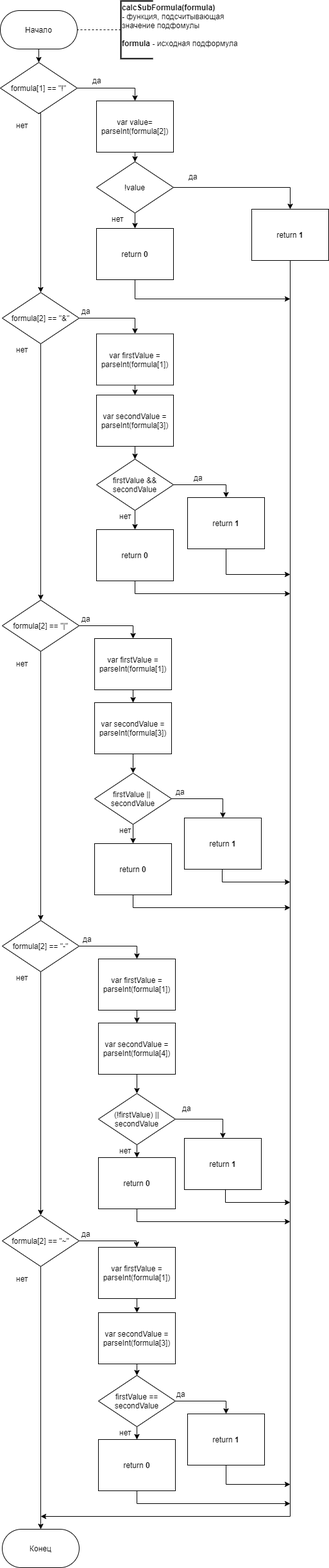
Before: LR2/report/calcSubFormula.png, a diagram exported from draw.io (Kuzzzya99/LOIS). Source tidied: cells renumbered, new cells last; positions are measured from the earlier drawing's top-left corner, leaving out a move shared by most shapes.
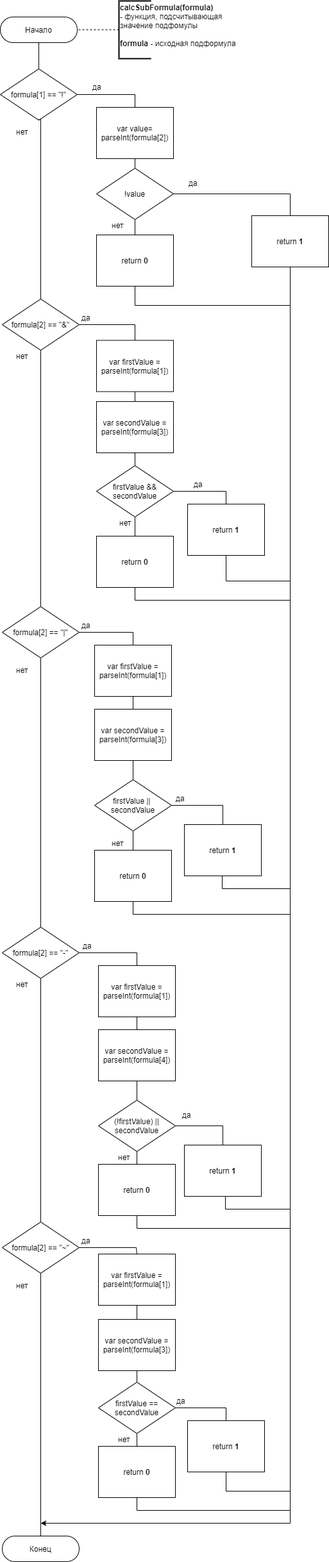
The same file after the commit.

Change to the diagram source:
```diff
@@ -5,5 +5,5 @@
     <mxCell id="2" value="Начало&lt;br&gt;" style="whiteSpace=wrap;html=1;rounded=1;arcSize=50;align=center;verticalAlign=middle;strokeWidth=1;spacing=4;" parent="1" vertex="1">
-      <mxGeometry y="15" width="120" height="60" as="geometry" />
+      <mxGeometry y="15" width="120" height="40" as="geometry" />
     </mxCell>
-    <mxCell id="3" style="edgeStyle=orthogonalEdgeStyle;rounded=0;jettySize=auto;html=1;" parent="1" edge="1" source="2" target="8">
+    <mxCell id="3" style="edgeStyle=orthogonalEdgeStyle;rounded=0;jettySize=auto;html=1;endArrow=none;endFill=0;" parent="1" edge="1" source="2" target="8">
       <mxGeometry relative="1" as="geometry" />
@@ -17,5 +17,5 @@
     <mxCell id="6" value="&lt;b&gt;calcSubFormula&lt;/b&gt;&lt;b&gt;(formula&lt;/b&gt;&lt;b&gt;)&lt;/b&gt;&lt;b&gt;&lt;br&gt;&lt;/b&gt;&lt;div&gt;&lt;b&gt;- &lt;/b&gt;функция, подсчитывающая&lt;br&gt;&lt;/div&gt;&lt;div&gt;значение подфомулы&lt;/div&gt;&lt;div&gt;&lt;br&gt;&lt;/div&gt;&lt;b&gt;formula&amp;nbsp;&lt;/b&gt;&lt;b&gt;- &lt;/b&gt;&lt;span&gt;исходная подформула&lt;/span&gt;&lt;b&gt;&lt;br&gt;&lt;/b&gt;&lt;div&gt;&lt;br&gt;&lt;/div&gt;" style="strokeWidth=2;html=1;shape=mxgraph.flowchart.annotation_1;align=left;" parent="1" vertex="1">
-      <mxGeometry x="188" width="50" height="90" as="geometry" />
+      <mxGeometry x="185" y="-10" width="50" height="90" as="geometry" />
     </mxCell>
-    <mxCell id="7" style="edgeStyle=orthogonalEdgeStyle;rounded=0;jettySize=auto;html=1;entryX=0.5;entryY=0;entryDx=0;entryDy=0;" parent="1" edge="1" source="8" target="10">
+    <mxCell id="7" style="edgeStyle=orthogonalEdgeStyle;rounded=0;jettySize=auto;html=1;entryX=0.5;entryY=0;entryDx=0;entryDy=0;endArrow=none;endFill=0;" parent="1" edge="1" source="8" target="10">
       <mxGeometry relative="1" as="geometry" />
@@ -25,3 +25,3 @@
     </mxCell>
-    <mxCell id="9" style="edgeStyle=orthogonalEdgeStyle;rounded=0;jettySize=auto;html=1;" parent="1" edge="1" source="10" target="14">
+    <mxCell id="9" style="edgeStyle=orthogonalEdgeStyle;rounded=0;jettySize=auto;html=1;endArrow=none;endFill=0;" parent="1" edge="1" source="10" target="14">
       <mxGeometry relative="1" as="geometry" />
@@ -34,3 +34,3 @@
     </mxCell>
-    <mxCell id="12" style="edgeStyle=orthogonalEdgeStyle;rounded=0;jettySize=auto;html=1;entryX=0.5;entryY=0;entryDx=0;entryDy=0;" parent="1" edge="1" source="14" target="75">
+    <mxCell id="12" style="edgeStyle=orthogonalEdgeStyle;rounded=0;jettySize=auto;html=1;entryX=0.5;entryY=0;entryDx=0;entryDy=0;endArrow=none;endFill=0;" parent="1" edge="1" source="14" target="75">
       <mxGeometry relative="1" as="geometry">
@@ -41,3 +41,3 @@
     </mxCell>
-    <mxCell id="13" style="edgeStyle=orthogonalEdgeStyle;rounded=0;jettySize=auto;html=1;" parent="1" edge="1" source="14" target="88">
+    <mxCell id="13" style="edgeStyle=orthogonalEdgeStyle;rounded=0;jettySize=auto;html=1;endArrow=none;endFill=0;" parent="1" edge="1" source="14" target="88">
       <mxGeometry relative="1" as="geometry" />
@@ -50,6 +50,6 @@
     </mxCell>
-    <mxCell id="16" style="edgeStyle=orthogonalEdgeStyle;rounded=0;jettySize=auto;html=1;entryX=0.5;entryY=0;entryDx=0;entryDy=0;" parent="1" edge="1" source="18" target="22">
+    <mxCell id="16" style="edgeStyle=orthogonalEdgeStyle;rounded=0;jettySize=auto;html=1;entryX=0.5;entryY=0;entryDx=0;entryDy=0;endArrow=none;endFill=0;" parent="1" edge="1" source="18" target="22">
       <mxGeometry relative="1" as="geometry" />
     </mxCell>
-    <mxCell id="17" style="edgeStyle=orthogonalEdgeStyle;rounded=0;jettySize=auto;html=1;" parent="1" edge="1" source="18" target="32">
+    <mxCell id="17" style="edgeStyle=orthogonalEdgeStyle;rounded=0;jettySize=auto;html=1;endArrow=none;endFill=0;" parent="1" edge="1" source="18" target="32">
       <mxGeometry relative="1" as="geometry" />
@@ -65,3 +65,3 @@
     </mxCell>
-    <mxCell id="21" style="edgeStyle=orthogonalEdgeStyle;rounded=0;jettySize=auto;html=1;" parent="1" edge="1" source="22" target="25">
+    <mxCell id="21" style="edgeStyle=orthogonalEdgeStyle;rounded=0;jettySize=auto;html=1;endArrow=none;endFill=0;" parent="1" edge="1" source="22" target="25">
       <mxGeometry relative="1" as="geometry" />
@@ -74,3 +74,3 @@
     </mxCell>
-    <mxCell id="24" style="edgeStyle=orthogonalEdgeStyle;rounded=0;jettySize=auto;html=1;" parent="1" edge="1" source="25" target="28">
+    <mxCell id="24" style="edgeStyle=orthogonalEdgeStyle;rounded=0;jettySize=auto;html=1;endArrow=none;endFill=0;" parent="1" edge="1" source="25" target="28">
       <mxGeometry relative="1" as="geometry" />
@@ -80,3 +80,3 @@
     </mxCell>
-    <mxCell id="26" style="edgeStyle=orthogonalEdgeStyle;rounded=0;jettySize=auto;html=1;exitX=1;exitY=0.5;exitDx=0;exitDy=0;exitPerimeter=0;entryX=0.5;entryY=0;entryDx=0;entryDy=0;" parent="1" edge="1" source="28" target="77">
+    <mxCell id="26" style="edgeStyle=orthogonalEdgeStyle;rounded=0;jettySize=auto;html=1;exitX=1;exitY=0.5;exitDx=0;exitDy=0;exitPerimeter=0;entryX=0.5;entryY=0;entryDx=0;entryDy=0;endArrow=none;endFill=0;" parent="1" edge="1" source="28" target="77">
       <mxGeometry relative="1" as="geometry">
@@ -87,3 +87,3 @@
     </mxCell>
-    <mxCell id="27" style="edgeStyle=orthogonalEdgeStyle;rounded=0;jettySize=auto;html=1;entryX=0.5;entryY=0;entryDx=0;entryDy=0;" parent="1" edge="1" source="28" target="90">
+    <mxCell id="27" style="edgeStyle=orthogonalEdgeStyle;rounded=0;jettySize=auto;html=1;entryX=0.5;entryY=0;entryDx=0;entryDy=0;endArrow=none;endFill=0;" parent="1" edge="1" source="28" target="90">
       <mxGeometry relative="1" as="geometry" />
@@ -96,6 +96,6 @@
     </mxCell>
-    <mxCell id="30" style="edgeStyle=orthogonalEdgeStyle;rounded=0;jettySize=auto;html=1;entryX=0.5;entryY=0;entryDx=0;entryDy=0;" parent="1" edge="1" source="32" target="36">
+    <mxCell id="30" style="edgeStyle=orthogonalEdgeStyle;rounded=0;jettySize=auto;html=1;entryX=0.5;entryY=0;entryDx=0;entryDy=0;endArrow=none;endFill=0;" parent="1" edge="1" source="32" target="36">
       <mxGeometry relative="1" as="geometry" />
     </mxCell>
-    <mxCell id="31" style="edgeStyle=orthogonalEdgeStyle;rounded=0;jettySize=auto;html=1;" parent="1" edge="1" source="32" target="46">
+    <mxCell id="31" style="edgeStyle=orthogonalEdgeStyle;rounded=0;jettySize=auto;html=1;endArrow=none;endFill=0;" parent="1" edge="1" source="32" target="46">
       <mxGeometry relative="1" as="geometry" />
@@ -111,3 +111,3 @@
     </mxCell>
-    <mxCell id="35" style="edgeStyle=orthogonalEdgeStyle;rounded=0;jettySize=auto;html=1;" parent="1" edge="1" source="36" target="38">
+    <mxCell id="35" style="edgeStyle=orthogonalEdgeStyle;rounded=0;jettySize=auto;html=1;endArrow=none;endFill=0;" parent="1" edge="1" source="36" target="38">
       <mxGeometry relative="1" as="geometry" />
@@ -117,3 +117,3 @@
     </mxCell>
-    <mxCell id="37" style="edgeStyle=orthogonalEdgeStyle;rounded=0;jettySize=auto;html=1;" parent="1" edge="1" source="38" target="42">
+    <mxCell id="37" style="edgeStyle=orthogonalEdgeStyle;rounded=0;jettySize=auto;html=1;endArrow=none;endFill=0;" parent="1" edge="1" source="38" target="42">
       <mxGeometry relative="1" as="geometry" />
@@ -126,3 +126,3 @@
     </mxCell>
-    <mxCell id="40" style="edgeStyle=orthogonalEdgeStyle;rounded=0;jettySize=auto;html=1;" parent="1" edge="1" source="42" target="79">
+    <mxCell id="40" style="edgeStyle=orthogonalEdgeStyle;rounded=0;jettySize=auto;html=1;endArrow=none;endFill=0;" parent="1" edge="1" source="42" target="79">
       <mxGeometry relative="1" as="geometry">
@@ -133,3 +133,3 @@
     </mxCell>
-    <mxCell id="41" style="edgeStyle=orthogonalEdgeStyle;rounded=0;jettySize=auto;html=1;" parent="1" edge="1" source="42" target="91">
+    <mxCell id="41" style="edgeStyle=orthogonalEdgeStyle;rounded=0;jettySize=auto;html=1;endArrow=none;endFill=0;" parent="1" edge="1" source="42" target="91">
       <mxGeometry relative="1" as="geometry" />
@@ -142,3 +142,3 @@
     </mxCell>
-    <mxCell id="44" style="edgeStyle=orthogonalEdgeStyle;rounded=0;jettySize=auto;html=1;entryX=0.5;entryY=0;entryDx=0;entryDy=0;exitX=1;exitY=0.5;exitDx=0;exitDy=0;exitPerimeter=0;" parent="1" edge="1" source="46" target="50">
+    <mxCell id="44" style="edgeStyle=orthogonalEdgeStyle;rounded=0;jettySize=auto;html=1;entryX=0.5;entryY=0;entryDx=0;entryDy=0;exitX=1;exitY=0.5;exitDx=0;exitDy=0;exitPerimeter=0;endArrow=none;endFill=0;" parent="1" edge="1" source="46" target="50">
       <mxGeometry relative="1" as="geometry">
@@ -149,3 +149,3 @@
     </mxCell>
-    <mxCell id="45" style="edgeStyle=orthogonalEdgeStyle;rounded=0;jettySize=auto;html=1;" parent="1" edge="1" source="46" target="60">
+    <mxCell id="45" style="edgeStyle=orthogonalEdgeStyle;rounded=0;jettySize=auto;html=1;endArrow=none;endFill=0;" parent="1" edge="1" source="46" target="60">
       <mxGeometry relative="1" as="geometry" />
@@ -156,3 +156,3 @@
     <mxCell id="47" value="нет" style="text;html=1;align=left;verticalAlign=top;spacingTop=-4;" parent="1" vertex="1">
-      <mxGeometry x="184" y="1285" width="30" height="20" as="geometry" />
+      <mxGeometry x="172" y="1295" width="30" height="20" as="geometry" />
     </mxCell>
@@ -161,3 +161,3 @@
     </mxCell>
-    <mxCell id="49" style="edgeStyle=orthogonalEdgeStyle;rounded=0;jettySize=auto;html=1;" parent="1" edge="1" source="50" target="52">
+    <mxCell id="49" style="edgeStyle=orthogonalEdgeStyle;rounded=0;jettySize=auto;html=1;endArrow=none;endFill=0;" parent="1" edge="1" source="50" target="52">
       <mxGeometry relative="1" as="geometry" />
@@ -167,3 +167,3 @@
     </mxCell>
-    <mxCell id="51" style="edgeStyle=orthogonalEdgeStyle;rounded=0;jettySize=auto;html=1;" parent="1" edge="1" source="52" target="56">
+    <mxCell id="51" style="edgeStyle=orthogonalEdgeStyle;rounded=0;jettySize=auto;html=1;endArrow=none;endFill=0;" parent="1" edge="1" source="52" target="56">
       <mxGeometry relative="1" as="geometry" />
@@ -176,3 +176,3 @@
     </mxCell>
-    <mxCell id="54" style="edgeStyle=orthogonalEdgeStyle;rounded=0;jettySize=auto;html=1;exitX=1;exitY=0.5;exitDx=0;exitDy=0;exitPerimeter=0;entryX=0.5;entryY=0;entryDx=0;entryDy=0;" parent="1" edge="1" source="56" target="81">
+    <mxCell id="54" style="edgeStyle=orthogonalEdgeStyle;rounded=0;jettySize=auto;html=1;exitX=1;exitY=0.5;exitDx=0;exitDy=0;exitPerimeter=0;entryX=0.5;entryY=0;entryDx=0;entryDy=0;endArrow=none;endFill=0;" parent="1" edge="1" source="56" target="81">
       <mxGeometry relative="1" as="geometry">
@@ -183,3 +183,3 @@
     </mxCell>
-    <mxCell id="55" style="edgeStyle=orthogonalEdgeStyle;rounded=0;jettySize=auto;html=1;" parent="1" edge="1" source="56" target="93">
+    <mxCell id="55" style="edgeStyle=orthogonalEdgeStyle;rounded=0;jettySize=auto;html=1;endArrow=none;endFill=0;" parent="1" edge="1" source="56" target="93">
       <mxGeometry relative="1" as="geometry" />
@@ -192,3 +192,3 @@
     </mxCell>
-    <mxCell id="58" style="edgeStyle=orthogonalEdgeStyle;rounded=0;jettySize=auto;html=1;exitX=1;exitY=0.5;exitDx=0;exitDy=0;exitPerimeter=0;entryX=0.5;entryY=0;entryDx=0;entryDy=0;" parent="1" edge="1" source="60" target="64">
+    <mxCell id="58" style="edgeStyle=orthogonalEdgeStyle;rounded=0;jettySize=auto;html=1;exitX=1;exitY=0.5;exitDx=0;exitDy=0;exitPerimeter=0;entryX=0.5;entryY=0;entryDx=0;entryDy=0;endArrow=none;endFill=0;" parent="1" edge="1" source="60" target="64">
       <mxGeometry relative="1" as="geometry">
@@ -199,3 +199,3 @@
     </mxCell>
-    <mxCell id="59" style="edgeStyle=orthogonalEdgeStyle;rounded=0;jettySize=auto;html=1;" parent="1" edge="1" source="60" target="86">
+    <mxCell id="59" style="edgeStyle=orthogonalEdgeStyle;rounded=0;jettySize=auto;html=1;endArrow=none;endFill=0;" parent="1" edge="1" source="60" target="86">
       <mxGeometry relative="1" as="geometry" />
@@ -206,3 +206,3 @@
     <mxCell id="61" value="нет" style="text;html=1;align=left;verticalAlign=top;spacingTop=-4;" parent="1" vertex="1">
-      <mxGeometry x="184" y="1785" width="30" height="20" as="geometry" />
+      <mxGeometry x="182" y="1785" width="30" height="20" as="geometry" />
     </mxCell>
@@ -211,3 +211,3 @@
     </mxCell>
-    <mxCell id="63" style="edgeStyle=orthogonalEdgeStyle;rounded=0;jettySize=auto;html=1;" parent="1" edge="1" source="64" target="66">
+    <mxCell id="63" style="edgeStyle=orthogonalEdgeStyle;rounded=0;jettySize=auto;html=1;endArrow=none;endFill=0;" parent="1" edge="1" source="64" target="66">
       <mxGeometry relative="1" as="geometry" />
@@ -217,3 +217,3 @@
     </mxCell>
-    <mxCell id="65" style="edgeStyle=orthogonalEdgeStyle;rounded=0;jettySize=auto;html=1;" parent="1" edge="1" source="66" target="70">
+    <mxCell id="65" style="edgeStyle=orthogonalEdgeStyle;rounded=0;jettySize=auto;html=1;endArrow=none;endFill=0;" parent="1" edge="1" source="66" target="70">
       <mxGeometry relative="1" as="geometry" />
@@ -226,3 +226,3 @@
     </mxCell>
-    <mxCell id="68" style="edgeStyle=orthogonalEdgeStyle;rounded=0;jettySize=auto;html=1;entryX=0.5;entryY=0;entryDx=0;entryDy=0;exitX=1;exitY=0.5;exitDx=0;exitDy=0;exitPerimeter=0;" parent="1" edge="1" source="70" target="82">
+    <mxCell id="68" style="edgeStyle=orthogonalEdgeStyle;rounded=0;jettySize=auto;html=1;entryX=0.5;entryY=0;entryDx=0;entryDy=0;exitX=1;exitY=0.5;exitDx=0;exitDy=0;exitPerimeter=0;endArrow=none;endFill=0;" parent="1" edge="1" source="70" target="82">
       <mxGeometry relative="1" as="geometry">
@@ -233,3 +233,3 @@
     </mxCell>
-    <mxCell id="69" style="edgeStyle=orthogonalEdgeStyle;rounded=0;jettySize=auto;html=1;" parent="1" edge="1" source="70" target="84">
+    <mxCell id="69" style="edgeStyle=orthogonalEdgeStyle;rounded=0;jettySize=auto;html=1;endArrow=none;endFill=0;" parent="1" edge="1" source="70" target="84">
       <mxGeometry relative="1" as="geometry" />
@@ -243,5 +243,5 @@
     <mxCell id="72" value="нет" style="text;html=1;align=left;verticalAlign=top;spacingTop=-4;" parent="1" vertex="1">
-      <mxGeometry x="184" y="2225" width="30" height="20" as="geometry" />
+      <mxGeometry x="182" y="2225" width="30" height="20" as="geometry" />
     </mxCell>
-    <mxCell id="73" style="edgeStyle=orthogonalEdgeStyle;rounded=0;jettySize=auto;html=1;entryX=0.5;entryY=0;entryDx=0;entryDy=0;entryPerimeter=0;exitX=0.5;exitY=1;exitDx=0;exitDy=0;exitPerimeter=0;" parent="1" edge="1" source="8" target="18">
+    <mxCell id="73" style="edgeStyle=orthogonalEdgeStyle;rounded=0;jettySize=auto;html=1;entryX=0.5;entryY=0;entryDx=0;entryDy=0;entryPerimeter=0;exitX=0.5;exitY=1;exitDx=0;exitDy=0;exitPerimeter=0;endArrow=none;endFill=0;" parent="1" edge="1" source="8" target="18">
       <mxGeometry relative="1" as="geometry">
@@ -264,3 +264,3 @@
     </mxCell>
-    <mxCell id="76" style="edgeStyle=orthogonalEdgeStyle;rounded=0;jettySize=auto;html=1;exitX=0.5;exitY=1;exitDx=0;exitDy=0;" parent="1" edge="1" source="77">
+    <mxCell id="76" style="edgeStyle=orthogonalEdgeStyle;rounded=0;jettySize=auto;html=1;exitX=0.5;exitY=1;exitDx=0;exitDy=0;endArrow=none;endFill=0;" parent="1" edge="1" source="77">
       <mxGeometry relative="1" as="geometry">
@@ -275,3 +275,3 @@
     </mxCell>
-    <mxCell id="78" style="edgeStyle=orthogonalEdgeStyle;rounded=0;jettySize=auto;html=1;" parent="1" edge="1" source="79">
+    <mxCell id="78" style="edgeStyle=orthogonalEdgeStyle;rounded=0;jettySize=auto;html=1;endArrow=none;endFill=0;" parent="1" edge="1" source="79">
       <mxGeometry relative="1" as="geometry">
@@ -286,3 +286,3 @@
     </mxCell>
-    <mxCell id="80" style="edgeStyle=orthogonalEdgeStyle;rounded=0;jettySize=auto;html=1;" parent="1" edge="1" source="81">
+    <mxCell id="80" style="edgeStyle=orthogonalEdgeStyle;rounded=0;jettySize=auto;html=1;endArrow=none;endFill=0;" parent="1" edge="1" source="81">
       <mxGeometry relative="1" as="geometry">
@@ -300,3 +300,3 @@
     </mxCell>
-    <mxCell id="83" style="edgeStyle=orthogonalEdgeStyle;rounded=0;jettySize=auto;html=1;exitX=0.5;exitY=1;exitDx=0;exitDy=0;" parent="1" edge="1" source="84">
+    <mxCell id="83" style="edgeStyle=orthogonalEdgeStyle;rounded=0;jettySize=auto;html=1;exitX=0.5;exitY=1;exitDx=0;exitDy=0;endArrow=none;endFill=0;" parent="1" edge="1" source="84">
       <mxGeometry relative="1" as="geometry">
@@ -316,5 +316,5 @@
     <mxCell id="86" value="Конец&lt;br&gt;" style="whiteSpace=wrap;html=1;rounded=1;arcSize=50;align=center;verticalAlign=middle;strokeWidth=1;spacing=4;" parent="1" vertex="1">
-      <mxGeometry x="3" y="2385" width="120" height="60" as="geometry" />
+      <mxGeometry x="3" y="2385" width="120" height="40" as="geometry" />
     </mxCell>
-    <mxCell id="87" style="edgeStyle=orthogonalEdgeStyle;rounded=0;jettySize=auto;html=1;exitX=0.5;exitY=1;exitDx=0;exitDy=0;" parent="1" edge="1" source="88">
+    <mxCell id="87" style="edgeStyle=orthogonalEdgeStyle;rounded=0;jettySize=auto;html=1;exitX=0.5;exitY=1;exitDx=0;exitDy=0;endArrow=none;endFill=0;" parent="1" edge="1" source="88">
       <mxGeometry relative="1" as="geometry">
@@ -329,3 +329,3 @@
     </mxCell>
-    <mxCell id="89" style="edgeStyle=orthogonalEdgeStyle;rounded=0;jettySize=auto;html=1;" parent="1" edge="1" source="90">
+    <mxCell id="89" style="edgeStyle=orthogonalEdgeStyle;rounded=0;jettySize=auto;html=1;endArrow=none;endFill=0;" parent="1" edge="1" source="90">
       <mxGeometry relative="1" as="geometry">
@@ -344,3 +344,3 @@
     </mxCell>
-    <mxCell id="92" style="edgeStyle=orthogonalEdgeStyle;rounded=0;jettySize=auto;html=1;" parent="1" edge="1" source="93">
+    <mxCell id="92" style="edgeStyle=orthogonalEdgeStyle;rounded=0;jettySize=auto;html=1;endArrow=none;endFill=0;" parent="1" edge="1" source="93">
       <mxGeometry relative="1" as="geometry">
@@ -356,3 +356,3 @@
     </mxCell>
-    <mxCell id="94" style="edgeStyle=orthogonalEdgeStyle;rounded=0;jettySize=auto;html=1;exitX=0.5;exitY=1;exitDx=0;exitDy=0;" parent="1" edge="1" source="91">
+    <mxCell id="94" style="edgeStyle=orthogonalEdgeStyle;rounded=0;jettySize=auto;html=1;exitX=0.5;exitY=1;exitDx=0;exitDy=0;endArrow=none;endFill=0;" parent="1" edge="1" source="91">
       <mxGeometry relative="1" as="geometry">
@@ -365,3 +365,3 @@
     </mxCell>
-    <mxCell id="95" style="edgeStyle=orthogonalEdgeStyle;rounded=0;jettySize=auto;html=1;exitX=0.5;exitY=1;exitDx=0;exitDy=0;" parent="1" edge="1" source="82">
+    <mxCell id="95" style="edgeStyle=orthogonalEdgeStyle;rounded=0;jettySize=auto;html=1;exitX=0.5;exitY=1;exitDx=0;exitDy=0;endArrow=none;endFill=0;" parent="1" edge="1" source="82">
       <mxGeometry relative="1" as="geometry">
```
